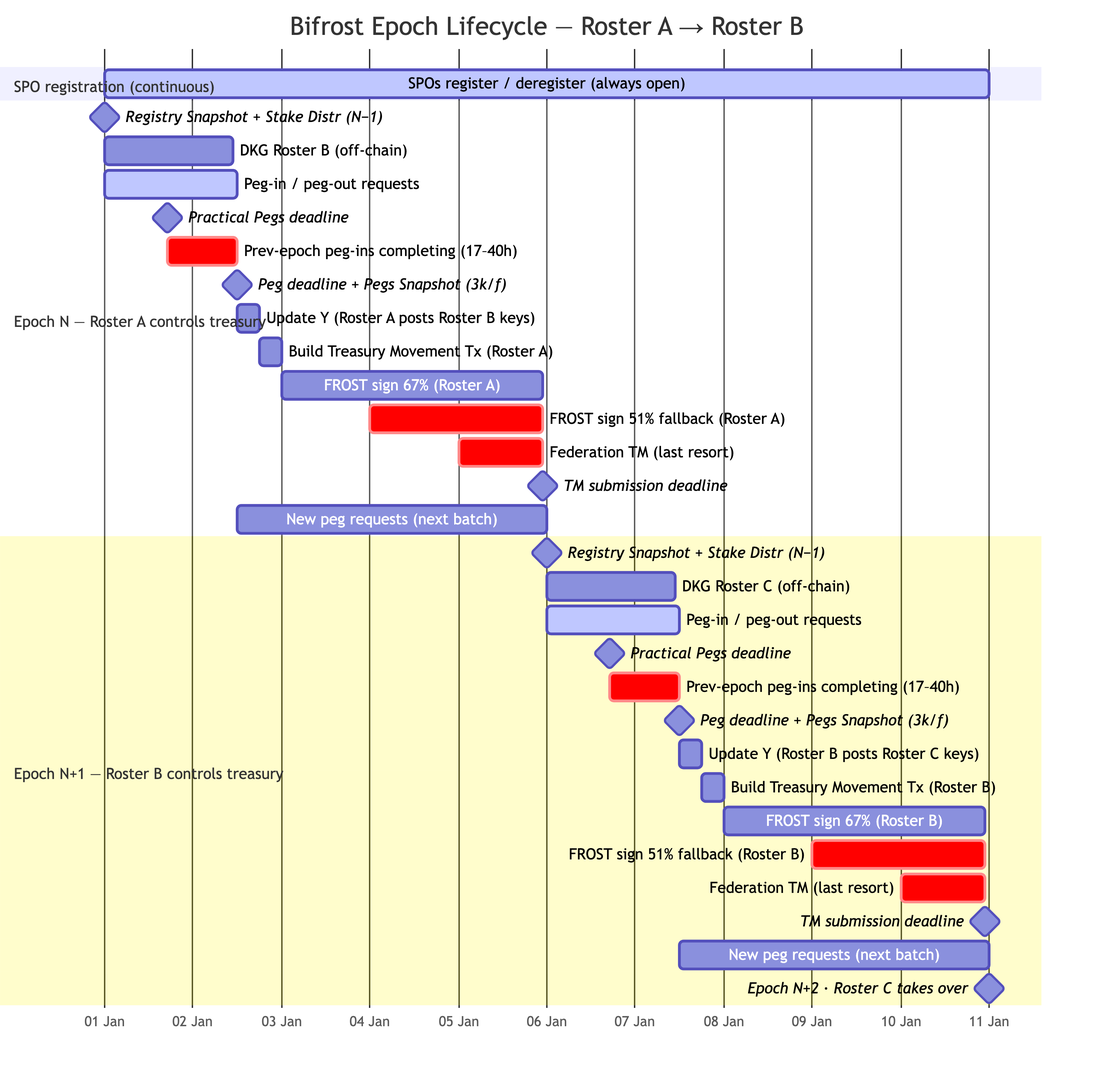
FluidTokens/ft-bifrost-bridge keeps this Mermaid diagram as documentation/images/epoch_lifecycle.png. Above is the earlier version. Its source is kept beside it as documentation/diagrams/epoch_lifecycle.mmd.
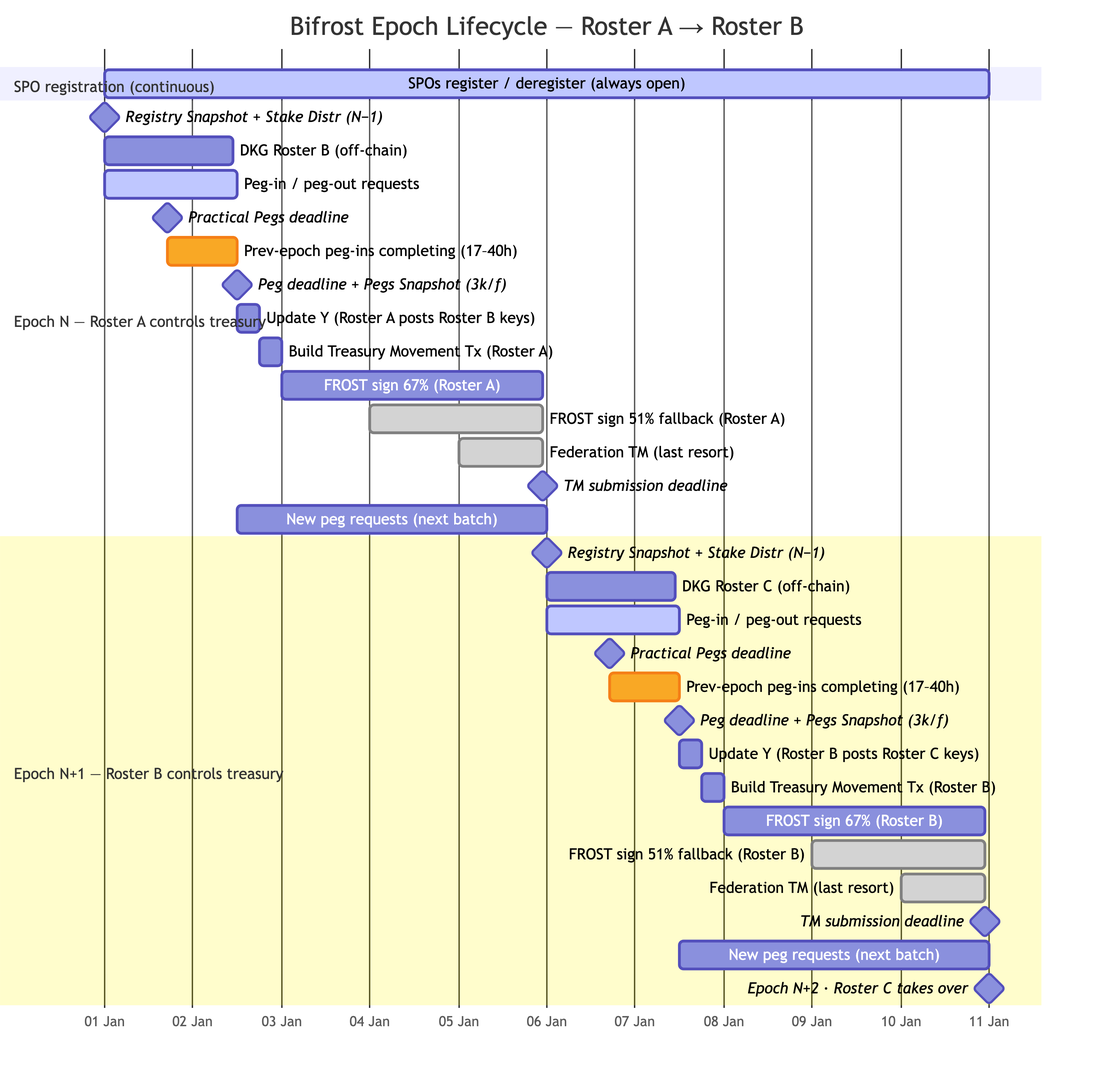
Later version of the same file.

Commit message:
Add realistic epoch timeline diagram and color-code Gantt bars

The edit, as a diff of the source:
```diff
@@ -1,3 +1,4 @@
+%%{init: {'theme': 'default', 'themeVariables': {'critBkgColor': '#f9a825', 'critBorderColor': '#f57f17', 'doneBkgColor': '#ef5350', 'doneBorderColor': '#c62828'}}}%%
 gantt
     title Bifrost Epoch Lifecycle — Roster A → Roster B
     dateFormat YYYY-MM-DD HH:mm
@@ -17,8 +18,8 @@
     Update Y (Roster A posts Roster B keys)  :n_updy, 2025-01-02 12:00, 2025-01-02 18:00
     Build Treasury Movement Tx (Roster A)  :n_build, 2025-01-02 18:00, 2025-01-03 00:00
     FROST sign 67% (Roster A)              :n_s67, 2025-01-03 00:00, 2025-01-05 23:00
-    FROST sign 51% fallback (Roster A)     :crit, n_s51, 2025-01-04 00:00, 2025-01-05 23:00
-    Federation TM (last resort)            :crit, n_fed, 2025-01-05 00:00, 2025-01-05 23:00
+    FROST sign 51% fallback (Roster A)     :done, n_s51, 2025-01-04 00:00, 2025-01-05 23:00
+    Federation TM (last resort)            :done, n_fed, 2025-01-05 00:00, 2025-01-05 23:00
     TM submission deadline                 :milestone, n_dl, 2025-01-05 23:00, 0d
     New peg requests (next batch)          :n_new, 2025-01-02 12:00, 2025-01-06 00:00
 
@@ -32,8 +33,8 @@
     Update Y (Roster B posts Roster C keys)  :n1_updy, 2025-01-07 12:00, 2025-01-07 18:00
     Build Treasury Movement Tx (Roster B)  :n1_build, 2025-01-07 18:00, 2025-01-08 00:00
     FROST sign 67% (Roster B)              :n1_s67, 2025-01-08 00:00, 2025-01-10 23:00
-    FROST sign 51% fallback (Roster B)     :crit, n1_s51, 2025-01-09 00:00, 2025-01-10 23:00
-    Federation TM (last resort)            :crit, n1_fed, 2025-01-10 00:00, 2025-01-10 23:00
+    FROST sign 51% fallback (Roster B)     :done, n1_s51, 2025-01-09 00:00, 2025-01-10 23:00
+    Federation TM (last resort)            :done, n1_fed, 2025-01-10 00:00, 2025-01-10 23:00
     TM submission deadline                 :milestone, n1_dl, 2025-01-10 23:00, 0d
     New peg requests (next batch)          :n1_new, 2025-01-07 12:00, 2025-01-11 00:00
     Epoch N+2 · Roster C takes over        :milestone, n2_snap, 2025-01-11 00:00, 0d
```
